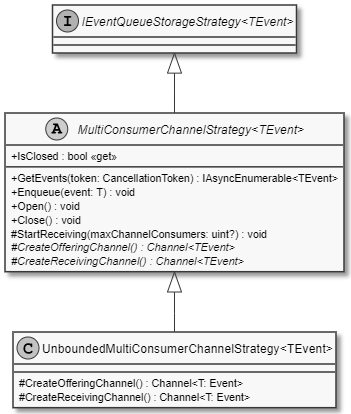
Above: documents/sd/resources/Classes/Common/Shared/Events/Queue/Strategy/MultiConsumer/UnboundedMultiConsumerChannelStrategy.PNG in insightmind/MORR (PlantUML), before the change. Its source is kept beside it as documents/sd/plantuml/application/Common/Shared/Events/Queue/Strategy/MultiConsumer/UnboundedMultiConsumerChannelStrategy.puml. Source of this version:
```plantuml
@startuml
skinparam monochrome true
skinparam classAttributeIconSize 0

!startsub default
class "UnboundedMultiConsumerChannelStrategy<TEvent>" {
    # CreateOfferingChannel() : Channel<T: Event>
    # CreateReceivingChannel() : Channel<T: Event>
}
interface "IEventQueueStorageStrategy<TEvent>"
"IEventQueueStorageStrategy<TEvent>" <|-- "MultiConsumerChannelStrategy<TEvent>"
abstract class "MultiConsumerChannelStrategy<TEvent>" {
    + IsClosed : bool <<get>>

    + GetEvents(token: CancellationToken) : IAsyncEnumerable<TEvent>
    + Enqueue(event: T) : void
    + Open() : void
    + Close() : void
    # StartReceiving(maxChannelConsumers: uint?) : void
    # {abstract} CreateOfferingChannel() : Channel<TEvent>
    # {abstract} CreateReceivingChannel() : Channel<TEvent>
}
"MultiConsumerChannelStrategy<TEvent>" <|-- "UnboundedMultiConsumerChannelStrategy<TEvent>"
!endsub
@enduml
```
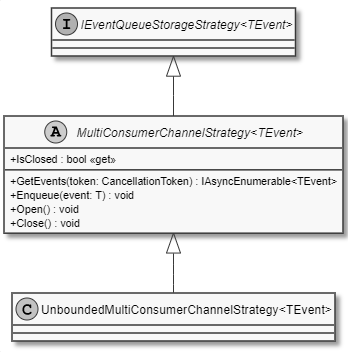
Later version of the same file.

What changed in the source:
```diff
@@ -4,8 +4,7 @@
 
 !startsub default
 class "UnboundedMultiConsumerChannelStrategy<TEvent>" {
-    # CreateOfferingChannel() : Channel<T: Event>
-    # CreateReceivingChannel() : Channel<T: Event>
+
 }
 interface "IEventQueueStorageStrategy<TEvent>"
 "IEventQueueStorageStrategy<TEvent>" <|-- "MultiConsumerChannelStrategy<TEvent>"
@@ -16,9 +15,6 @@
     + Enqueue(event: T) : void
     + Open() : void
     + Close() : void
-    # StartReceiving(maxChannelConsumers: uint?) : void
-    # {abstract} CreateOfferingChannel() : Channel<TEvent>
-    # {abstract} CreateReceivingChannel() : Channel<TEvent>
 }
 "MultiConsumerChannelStrategy<TEvent>" <|-- "UnboundedMultiConsumerChannelStrategy<TEvent>"
 !endsub
```
